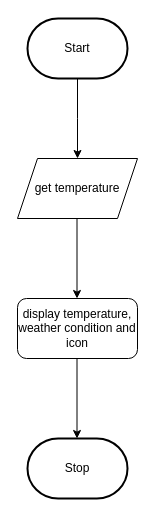
This is design/flowchart.drawio from MTHS-ICD2O-1-2024/ICD2O-Unit-6-03-Isaac-Ip, a draw.io file, before an edit. Source tidied: cells renumbered, new cells numbered last; positions are measured from the earlier drawing's top-left corner, leaving out a move shared by most shapes. Both pictures are drawn from the tidied source at 100%, with x=0, y=0 at pixel (17, 18).
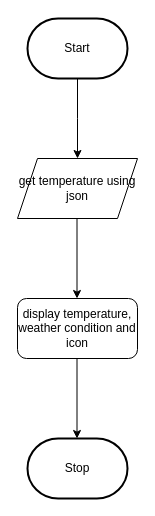
Above is the later version.

Change to the diagram source:
```diff
@@
 <mxGraphModel>
   <root>
     <mxCell id="0" />
     <mxCell id="1" parent="0" />
     <mxCell id="2" style="edgeStyle=orthogonalEdgeStyle;html=1;rounded=0;" parent="1" edge="1" source="3">
       <mxGeometry relative="1" as="geometry">
         <mxPoint x="60" y="140" as="targetPoint" />
       </mxGeometry>
     </mxCell>
     <mxCell id="3" value="Start" style="strokeWidth=2;html=1;shape=mxgraph.flowchart.terminator;whiteSpace=wrap;" parent="1" vertex="1">
       <mxGeometry x="10" width="100" height="60" as="geometry" />
     </mxCell>
     <mxCell id="4" value="Stop" style="strokeWidth=2;html=1;shape=mxgraph.flowchart.terminator;whiteSpace=wrap;" parent="1" vertex="1">
       <mxGeometry x="10" y="420" width="100" height="60" as="geometry" />
     </mxCell>
-    <mxCell id="5" value="get temperature" style="shape=parallelogram;perimeter=parallelogramPerimeter;whiteSpace=wrap;html=1;fixedSize=1;" parent="1" vertex="1">
+    <mxCell id="5" value="get temperature using json" style="shape=parallelogram;perimeter=parallelogramPerimeter;whiteSpace=wrap;html=1;fixedSize=1;" parent="1" vertex="1">
       <mxGeometry y="140" width="120" height="60" as="geometry" />
     </mxCell>
     <mxCell id="6" style="edgeStyle=orthogonalEdgeStyle;html=1;rounded=0;" parent="1" edge="1">
       <mxGeometry relative="1" as="geometry">
         <mxPoint x="59.5" y="200" as="sourcePoint" />
         <mxPoint x="59.5" y="280" as="targetPoint" />
       </mxGeometry>
     </mxCell>
     <mxCell id="7" value="display temperature, weather condition and icon" style="rounded=1;whiteSpace=wrap;html=1;" parent="1" vertex="1">
       <mxGeometry y="280" width="120" height="60" as="geometry" />
     </mxCell>
     <mxCell id="8" style="edgeStyle=orthogonalEdgeStyle;html=1;rounded=0;" parent="1" edge="1">
       <mxGeometry relative="1" as="geometry">
         <mxPoint x="59.5" y="340" as="sourcePoint" />
         <mxPoint x="59.5" y="420" as="targetPoint" />
       </mxGeometry>
     </mxCell>
   </root>
 </mxGraphModel>
```
